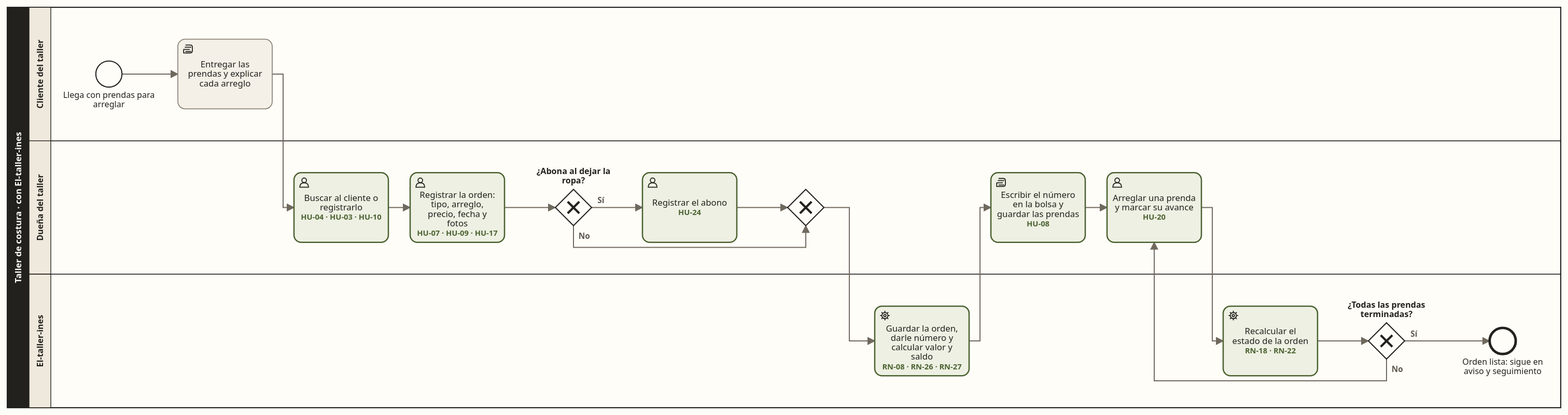
Aryannext/El-taller-ines keeps this BPMN diagram as docs/01-problema/procesos/propuesto-1-recepcion-y-arreglo.svg. Above is the earlier version. Its source is kept beside it as docs/01-problema/procesos/propuesto-1-recepcion-y-arreglo.bpmn. Ids are renumbered. Its diagram source:
```xml
<bpmn:definitions xmlns:bpmn="http://www.omg.org/spec/BPMN/20100524/MODEL" xmlns:bpmndi="http://www.omg.org/spec/BPMN/20100524/DI" xmlns:dc="http://www.omg.org/spec/DD/20100524/DC" xmlns:di="http://www.omg.org/spec/DD/20100524/DI" id="Definiciones_propuesto_1_recepcion_y_arreglo" targetNamespace="https://github.com/Aryannext/El-taller-ines" exporter="scripts/generar_procesos.py" exporterVersion="1.0">
  <bpmn:collaboration id="Colaboracion">
    <bpmn:participant id="Participante" name="Taller de costura · con El-taller-ines · Recepción y arreglo" processRef="Proceso" />
  </bpmn:collaboration>
  <bpmn:process id="Proceso" name="Recepción y arreglo" isExecutable="false">
    <bpmn:laneSet id="Carriles">
      <bpmn:lane id="Carril_cliente" name="Cliente del taller">
        <bpmn:flowNodeRef>llega</bpmn:flowNodeRef>
        <bpmn:flowNodeRef>explica</bpmn:flowNodeRef>
      </bpmn:lane>
      <bpmn:lane id="Carril_duena" name="Dueña del taller">
        <bpmn:flowNodeRef>cliente</bpmn:flowNodeRef>
        <bpmn:flowNodeRef>orden</bpmn:flowNodeRef>
        <bpmn:flowNodeRef>abona</bpmn:flowNodeRef>
        <bpmn:flowNodeRef>abono</bpmn:flowNodeRef>
        <bpmn:flowNodeRef>une_abono</bpmn:flowNodeRef>
        <bpmn:flowNodeRef>bolsa</bpmn:flowNodeRef>
        <bpmn:flowNodeRef>arregla</bpmn:flowNodeRef>
      </bpmn:lane>
      <bpmn:lane id="Carril_sistema" name="El-taller-ines">
        <bpmn:flowNodeRef>guarda</bpmn:flowNodeRef>
        <bpmn:flowNodeRef>estado</bpmn:flowNodeRef>
        <bpmn:flowNodeRef>terminadas</bpmn:flowNodeRef>
        <bpmn:flowNodeRef>lista</bpmn:flowNodeRef>
      </bpmn:lane>
    </bpmn:laneSet>
    <bpmn:startEvent id="llega" name="Llega con prendas para arreglar">
      <bpmn:outgoing>Flujo_0</bpmn:outgoing>
    </bpmn:startEvent>
    <bpmn:manualTask id="explica" name="Entregar las prendas y explicar cada arreglo">
      <bpmn:incoming>Flujo_0</bpmn:incoming>
      <bpmn:outgoing>Flujo_1</bpmn:outgoing>
    </bpmn:manualTask>
    <bpmn:userTask id="cliente" name="Buscar al cliente o registrarlo&#10;HU-04 · HU-03 · HU-10">
      <bpmn:documentation>HU-04 · HU-03 · HU-10</bpmn:documentation>
      <bpmn:incoming>Flujo_1</bpmn:incoming>
      <bpmn:outgoing>Flujo_2</bpmn:outgoing>
    </bpmn:userTask>
    <bpmn:userTask id="orden" name="Registrar la orden: tipo, arreglo, precio, fecha y fotos&#10;HU-07 · HU-09 · HU-17">
      <bpmn:documentation>HU-07 · HU-09 · HU-17</bpmn:documentation>
      <bpmn:incoming>Flujo_2</bpmn:incoming>
      <bpmn:outgoing>Flujo_3</bpmn:outgoing>
    </bpmn:userTask>
    <bpmn:exclusiveGateway id="abona" name="¿Abona al dejar la ropa?">
      <bpmn:incoming>Flujo_3</bpmn:incoming>
      <bpmn:outgoing>Flujo_4</bpmn:outgoing>
      <bpmn:outgoing>Flujo_5</bpmn:outgoing>
    </bpmn:exclusiveGateway>
    <bpmn:userTask id="abono" name="Registrar el abono&#10;HU-24">
      <bpmn:documentation>HU-24</bpmn:documentation>
      <bpmn:incoming>Flujo_4</bpmn:incoming>
      <bpmn:outgoing>Flujo_6</bpmn:outgoing>
    </bpmn:userTask>
    <bpmn:exclusiveGateway id="une_abono">
      <bpmn:incoming>Flujo_5</bpmn:incoming>
      <bpmn:incoming>Flujo_6</bpmn:incoming>
      <bpmn:outgoing>Flujo_7</bpmn:outgoing>
    </bpmn:exclusiveGateway>
    <bpmn:serviceTask id="guarda" name="Guardar la orden, darle número y calcular valor y saldo&#10;RN-08 · RN-26 · RN-27">
      <bpmn:documentation>RN-08 · RN-26 · RN-27</bpmn:documentation>
      <bpmn:incoming>Flujo_7</bpmn:incoming>
      <bpmn:outgoing>Flujo_8</bpmn:outgoing>
    </bpmn:serviceTask>
    <bpmn:manualTask id="bolsa" name="Escribir el número en la bolsa y guardar las prendas&#10;HU-08">
      <bpmn:documentation>HU-08</bpmn:documentation>
      <bpmn:incoming>Flujo_8</bpmn:incoming>
      <bpmn:outgoing>Flujo_9</bpmn:outgoing>
    </bpmn:manualTask>
    <bpmn:userTask id="arregla" name="Arreglar una prenda y marcar su avance&#10;HU-20">
      <bpmn:documentation>HU-20</bpmn:documentation>
      <bpmn:incoming>Flujo_9</bpmn:incoming>
      <bpmn:incoming>Flujo_13</bpmn:incoming>
      <bpmn:outgoing>Flujo_10</bpmn:outgoing>
    </bpmn:userTask>
    <bpmn:serviceTask id="estado" name="Recalcular el estado de la orden&#10;RN-18 · RN-22">
      <bpmn:documentation>RN-18 · RN-22</bpmn:documentation>
      <bpmn:incoming>Flujo_10</bpmn:incoming>
      <bpmn:outgoing>Flujo_11</bpmn:outgoing>
    </bpmn:serviceTask>
    <bpmn:exclusiveGateway id="terminadas" name="¿Todas las prendas terminadas?">
      <bpmn:incoming>Flujo_11</bpmn:incoming>
      <bpmn:outgoing>Flujo_12</bpmn:outgoing>
      <bpmn:outgoing>Flujo_13</bpmn:outgoing>
    </bpmn:exclusiveGateway>
    <bpmn:endEvent id="lista" name="Orden lista: sigue en aviso y seguimiento">
      <bpmn:incoming>Flujo_12</bpmn:incoming>
    </bpmn:endEvent>
    <bpmn:sequenceFlow id="Flujo_0" sourceRef="llega" targetRef="explica" />
    <bpmn:sequenceFlow id="Flujo_1" sourceRef="explica" targetRef="cliente" />
    <bpmn:sequenceFlow id="Flujo_2" sourceRef="cliente" targetRef="orden" />
    <bpmn:sequenceFlow id="Flujo_3" sourceRef="orden" targetRef="abona" />
    <bpmn:sequenceFlow id="Flujo_4" name="Sí" sourceRef="abona" targetRef="abono" />
    <bpmn:sequenceFlow id="Flujo_5" name="No" sourceRef="abona" targetRef="une_abono" />
    <bpmn:sequenceFlow id="Flujo_6" sourceRef="abono" targetRef="une_abono" />
    <bpmn:sequenceFlow id="Flujo_7" sourceRef="une_abono" targetRef="guarda" />
    <bpmn:sequenceFlow id="Flujo_8" sourceRef="guarda" targetRef="bolsa" />
    <bpmn:sequenceFlow id="Flujo_9" sourceRef="bolsa" targetRef="arregla" />
    <bpmn:sequenceFlow id="Flujo_10" sourceRef="arregla" targetRef="estado" />
    <bpmn:sequenceFlow id="Flujo_11" sourceRef="estado" targetRef="terminadas" />
    <bpmn:sequenceFlow id="Flujo_12" name="Sí" sourceRef="terminadas" targetRef="lista" />
    <bpmn:sequenceFlow id="Flujo_13" name="No" sourceRef="terminadas" targetRef="arregla" />
  </bpmn:process>
  <bpmndi:BPMNDiagram id="Diagrama">
    <bpmndi:BPMNPlane id="Plano" bpmnElement="Colaboracion">
      <bpmndi:BPMNShape id="Participante_di" bpmnElement="Participante" isHorizontal="true">
        <dc:Bounds x="10" y="10" width="2140" height="552" />
      </bpmndi:BPMNShape>
      <bpmndi:BPMNShape id="Carril_cliente_di" bpmnElement="Carril_cliente" isHorizontal="true">
        <dc:Bounds x="40" y="10" width="2110" height="184" />
      </bpmndi:BPMNShape>
      <bpmndi:BPMNShape id="Carril_duena_di" bpmnElement="Carril_duena" isHorizontal="true">
        <dc:Bounds x="40" y="194" width="2110" height="184" />
      </bpmndi:BPMNShape>
      <bpmndi:BPMNShape id="Carril_sistema_di" bpmnElement="Carril_sistema" isHorizontal="true">
        <dc:Bounds x="40" y="378" width="2110" height="184" />
      </bpmndi:BPMNShape>
      <bpmndi:BPMNShape id="llega_di" bpmnElement="llega">
        <dc:Bounds x="132" y="84" width="36" height="36" />
      </bpmndi:BPMNShape>
      <bpmndi:BPMNShape id="explica_di" bpmnElement="explica">
        <dc:Bounds x="245" y="54" width="130" height="96" />
      </bpmndi:BPMNShape>
      <bpmndi:BPMNShape id="cliente_di" bpmnElement="cliente">
        <dc:Bounds x="405" y="238" width="130" height="96" />
      </bpmndi:BPMNShape>
      <bpmndi:BPMNShape id="orden_di" bpmnElement="orden">
        <dc:Bounds x="565" y="238" width="130" height="96" />
      </bpmndi:BPMNShape>
      <bpmndi:BPMNShape id="abona_di" bpmnElement="abona" isMarkerVisible="true">
        <dc:Bounds x="765" y="261" width="50" height="50" />
      </bpmndi:BPMNShape>
      <bpmndi:BPMNShape id="abono_di" bpmnElement="abono">
        <dc:Bounds x="885" y="238" width="130" height="96" />
      </bpmndi:BPMNShape>
      <bpmndi:BPMNShape id="une_abono_di" bpmnElement="une_abono" isMarkerVisible="true">
        <dc:Bounds x="1085" y="261" width="50" height="50" />
      </bpmndi:BPMNShape>
      <bpmndi:BPMNShape id="guarda_di" bpmnElement="guarda">
        <dc:Bounds x="1205" y="422" width="130" height="96" />
      </bpmndi:BPMNShape>
      <bpmndi:BPMNShape id="bolsa_di" bpmnElement="bolsa">
        <dc:Bounds x="1365" y="238" width="130" height="96" />
      </bpmndi:BPMNShape>
      <bpmndi:BPMNShape id="arregla_di" bpmnElement="arregla">
        <dc:Bounds x="1525" y="238" width="130" height="96" />
      </bpmndi:BPMNShape>
      <bpmndi:BPMNShape id="estado_di" bpmnElement="estado">
        <dc:Bounds x="1685" y="422" width="130" height="96" />
      </bpmndi:BPMNShape>
      <bpmndi:BPMNShape id="terminadas_di" bpmnElement="terminadas" isMarkerVisible="true">
        <dc:Bounds x="1885" y="445" width="50" height="50" />
      </bpmndi:BPMNShape>
      <bpmndi:BPMNShape id="lista_di" bpmnElement="lista">
        <dc:Bounds x="2052" y="452" width="36" height="36" />
      </bpmndi:BPMNShape>
      <bpmndi:BPMNEdge id="Flujo_0_di" bpmnElement="Flujo_0">
        <di:waypoint x="168" y="102" />
        <di:waypoint x="245" y="102" />
      </bpmndi:BPMNEdge>
      <bpmndi:BPMNEdge id="Flujo_1_di" bpmnElement="Flujo_1">
        <di:waypoint x="375" y="102" />
        <di:waypoint x="390" y="102" />
        <di:waypoint x="390" y="286" />
        <di:waypoint x="405" y="286" />
      </bpmndi:BPMNEdge>
      <bpmndi:BPMNEdge id="Flujo_2_di" bpmnElement="Flujo_2">
        <di:waypoint x="535" y="286" />
        <di:waypoint x="565" y="286" />
      </bpmndi:BPMNEdge>
      <bpmndi:BPMNEdge id="Flujo_3_di" bpmnElement="Flujo_3">
        <di:waypoint x="695" y="286" />
        <di:waypoint x="765" y="286" />
      </bpmndi:BPMNEdge>
      <bpmndi:BPMNEdge id="Flujo_4_di" bpmnElement="Flujo_4">
        <di:waypoint x="815" y="286" />
        <di:waypoint x="885" y="286" />
        <bpmndi:BPMNLabel>
          <dc:Bounds x="823" y="268" width="22" height="14" />
        </bpmndi:BPMNLabel>
      </bpmndi:BPMNEdge>
      <bpmndi:BPMNEdge id="Flujo_5_di" bpmnElement="Flujo_5">
        <di:waypoint x="790" y="311" />
        <di:waypoint x="790" y="341" />
        <di:waypoint x="1110" y="341" />
        <di:waypoint x="1110" y="311" />
        <bpmndi:BPMNLabel>
          <dc:Bounds x="797" y="317" width="22" height="14" />
        </bpmndi:BPMNLabel>
      </bpmndi:BPMNEdge>
      <bpmndi:BPMNEdge id="Flujo_6_di" bpmnElement="Flujo_6">
        <di:waypoint x="1015" y="286" />
        <di:waypoint x="1085" y="286" />
      </bpmndi:BPMNEdge>
      <bpmndi:BPMNEdge id="Flujo_7_di" bpmnElement="Flujo_7">
        <di:waypoint x="1135" y="286" />
        <di:waypoint x="1170" y="286" />
        <di:waypoint x="1170" y="470" />
        <di:waypoint x="1205" y="470" />
      </bpmndi:BPMNEdge>
      <bpmndi:BPMNEdge id="Flujo_8_di" bpmnElement="Flujo_8">
        <di:waypoint x="1335" y="470" />
        <di:waypoint x="1350" y="470" />
        <di:waypoint x="1350" y="286" />
        <di:waypoint x="1365" y="286" />
      </bpmndi:BPMNEdge>
      <bpmndi:BPMNEdge id="Flujo_9_di" bpmnElement="Flujo_9">
        <di:waypoint x="1495" y="286" />
        <di:waypoint x="1525" y="286" />
      </bpmndi:BPMNEdge>
      <bpmndi:BPMNEdge id="Flujo_10_di" bpmnElement="Flujo_10">
        <di:waypoint x="1655" y="286" />
        <di:waypoint x="1670" y="286" />
        <di:waypoint x="1670" y="470" />
        <di:waypoint x="1685" y="470" />
      </bpmndi:BPMNEdge>
      <bpmndi:BPMNEdge id="Flujo_11_di" bpmnElement="Flujo_11">
        <di:waypoint x="1815" y="470" />
        <di:waypoint x="1885" y="470" />
      </bpmndi:BPMNEdge>
      <bpmndi:BPMNEdge id="Flujo_12_di" bpmnElement="Flujo_12">
        <di:waypoint x="1935" y="470" />
        <di:waypoint x="2052" y="470" />
        <bpmndi:BPMNLabel>
          <dc:Bounds x="1943" y="452" width="22" height="14" />
        </bpmndi:BPMNLabel>
      </bpmndi:BPMNEdge>
      <bpmndi:BPMNEdge id="Flujo_13_di" bpmnElement="Flujo_13">
        <di:waypoint x="1910" y="495" />
        <di:waypoint x="1910" y="525" />
        <di:waypoint x="1590" y="525" />
        <di:waypoint x="1590" y="334" />
        <bpmndi:BPMNLabel>
          <dc:Bounds x="1917" y="501" width="22" height="14" />
        </bpmndi:BPMNLabel>
      </bpmndi:BPMNEdge>
    </bpmndi:BPMNPlane>
  </bpmndi:BPMNDiagram>
</bpmn:definitions>
```
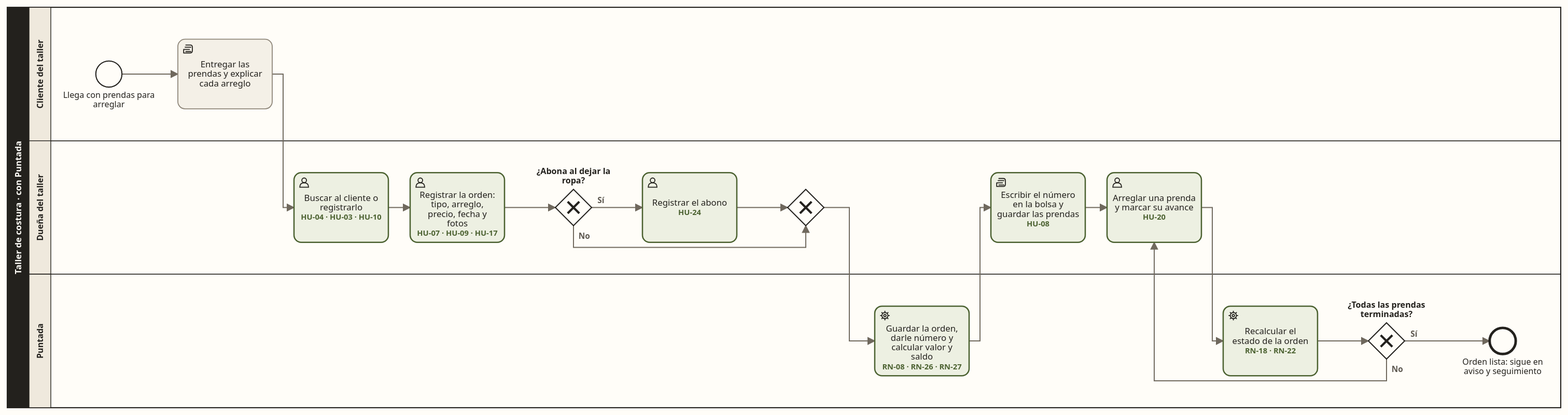
The same file after the commit.

Commit message:
refactor: el portal y los diagramas de proceso también dicen Puntada

Diff of the diagram source:
```diff
@@ -1,6 +1,6 @@
-<bpmn:definitions xmlns:bpmn="http://www.omg.org/spec/BPMN/20100524/MODEL" xmlns:bpmndi="http://www.omg.org/spec/BPMN/20100524/DI" xmlns:dc="http://www.omg.org/spec/DD/20100524/DC" xmlns:di="http://www.omg.org/spec/DD/20100524/DI" id="Definiciones_propuesto_1_recepcion_y_arreglo" targetNamespace="https://github.com/Aryannext/El-taller-ines" exporter="scripts/generar_procesos.py" exporterVersion="1.0">
+<bpmn:definitions xmlns:bpmn="http://www.omg.org/spec/BPMN/20100524/MODEL" xmlns:bpmndi="http://www.omg.org/spec/BPMN/20100524/DI" xmlns:dc="http://www.omg.org/spec/DD/20100524/DC" xmlns:di="http://www.omg.org/spec/DD/20100524/DI" id="Definiciones_propuesto_1_recepcion_y_arreglo" targetNamespace="https://github.com/Aryannext/puntada" exporter="scripts/generar_procesos.py" exporterVersion="1.0">
   <bpmn:collaboration id="Colaboracion">
-    <bpmn:participant id="Participante" name="Taller de costura · con El-taller-ines · Recepción y arreglo" processRef="Proceso" />
+    <bpmn:participant id="Participante" name="Taller de costura · con Puntada · Recepción y arreglo" processRef="Proceso" />
   </bpmn:collaboration>
   <bpmn:process id="Proceso" name="Recepción y arreglo" isExecutable="false">
     <bpmn:laneSet id="Carriles">
@@ -17,7 +17,7 @@
         <bpmn:flowNodeRef>bolsa</bpmn:flowNodeRef>
         <bpmn:flowNodeRef>arregla</bpmn:flowNodeRef>
       </bpmn:lane>
-      <bpmn:lane id="Carril_sistema" name="El-taller-ines">
+      <bpmn:lane id="Carril_sistema" name="Puntada">
         <bpmn:flowNodeRef>guarda</bpmn:flowNodeRef>
         <bpmn:flowNodeRef>estado</bpmn:flowNodeRef>
         <bpmn:flowNodeRef>terminadas</bpmn:flowNodeRef>
```
